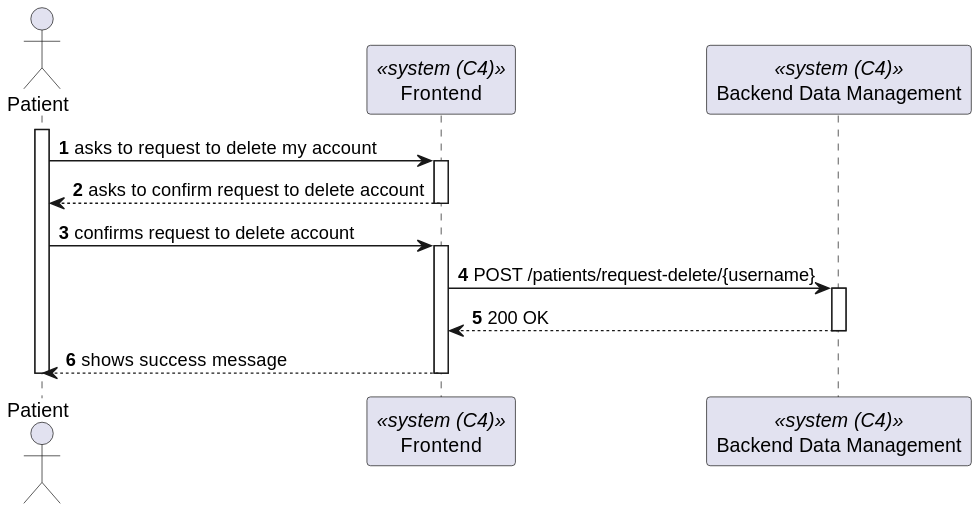
1220846/sem5pi-24-25-3ddg20 keeps this PlantUML diagram as docs/sprint-b/us-6.2.3/views/level2/process-view.svg. Above is the earlier version.
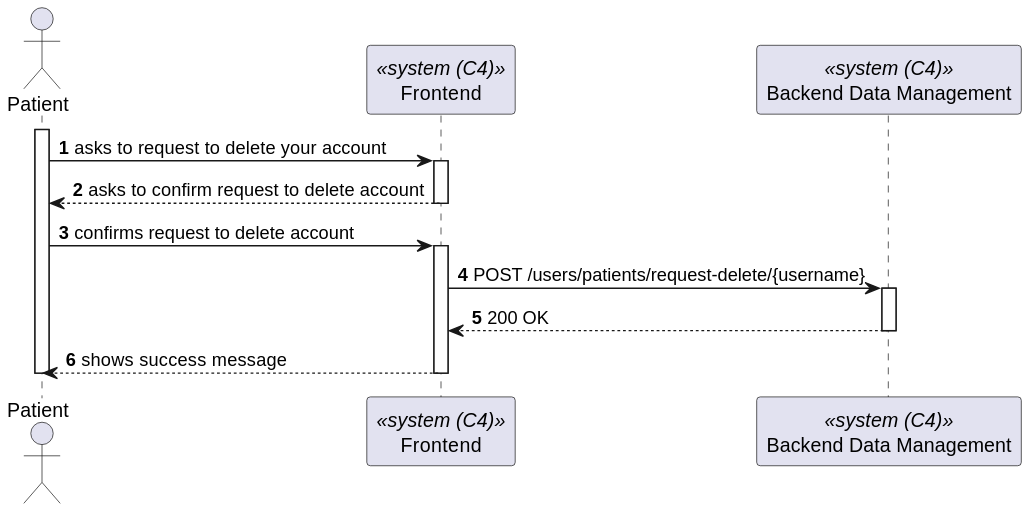
After the commit.

What changed in the source:
```diff
@@ -7,7 +7,7 @@
 
 activate Patient
 
-    Patient -> Frontend : asks to request to delete my account
+    Patient -> Frontend : asks to request to delete your account
 
     activate Frontend
         Frontend --> Patient : asks to confirm request to delete account
@@ -18,7 +18,7 @@
 
     activate Frontend
 
-        Frontend-> BackendDataManagement : POST /patients/request-delete/{username}
+        Frontend-> BackendDataManagement : POST /users/patients/request-delete/{username}
         activate BackendDataManagement
 
             Frontend <-- BackendDataManagement : 200 OK
```
